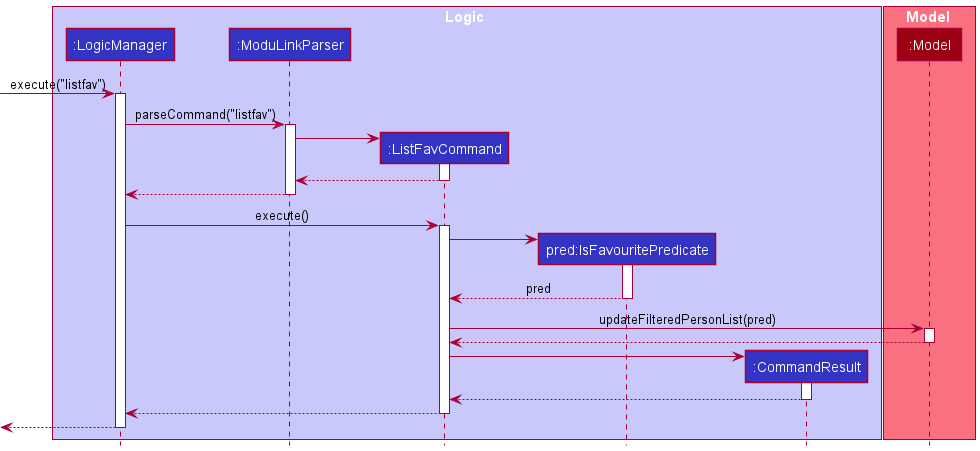
Above: docs/images/ListFavSequenceDiagram.png in nus-cs2103-AY2122S1/tp (PlantUML), before the change.
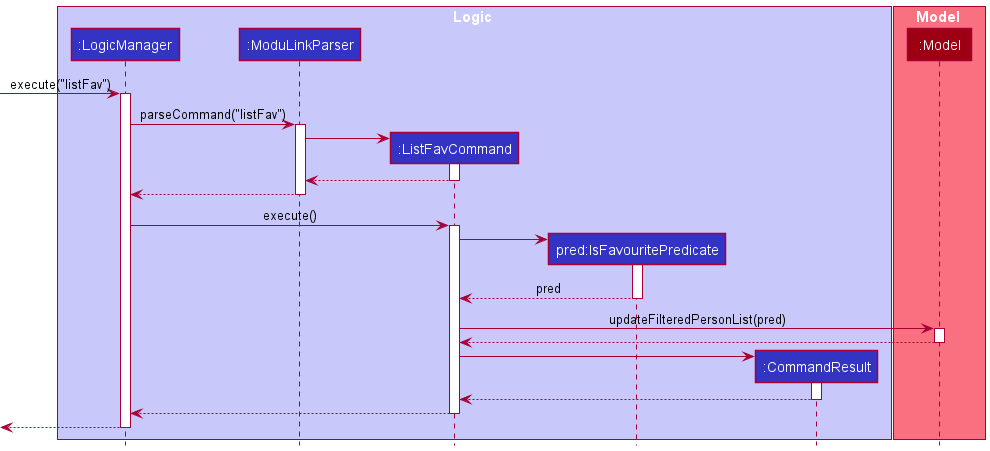
The same diagram one commit later.

Diff of the diagram source:
```diff
@@ -14,10 +14,10 @@
 participant ":Model" as Model MODEL_COLOR
 end box
 
-[-> LogicManager : execute("listfav")
+[-> LogicManager : execute("listFav")
 activate LogicManager
 
-LogicManager -> ModuLinkParser : parseCommand("listfav")
+LogicManager -> ModuLinkParser : parseCommand("listFav")
 activate ModuLinkParser
 
 create ListFavCommand
```
